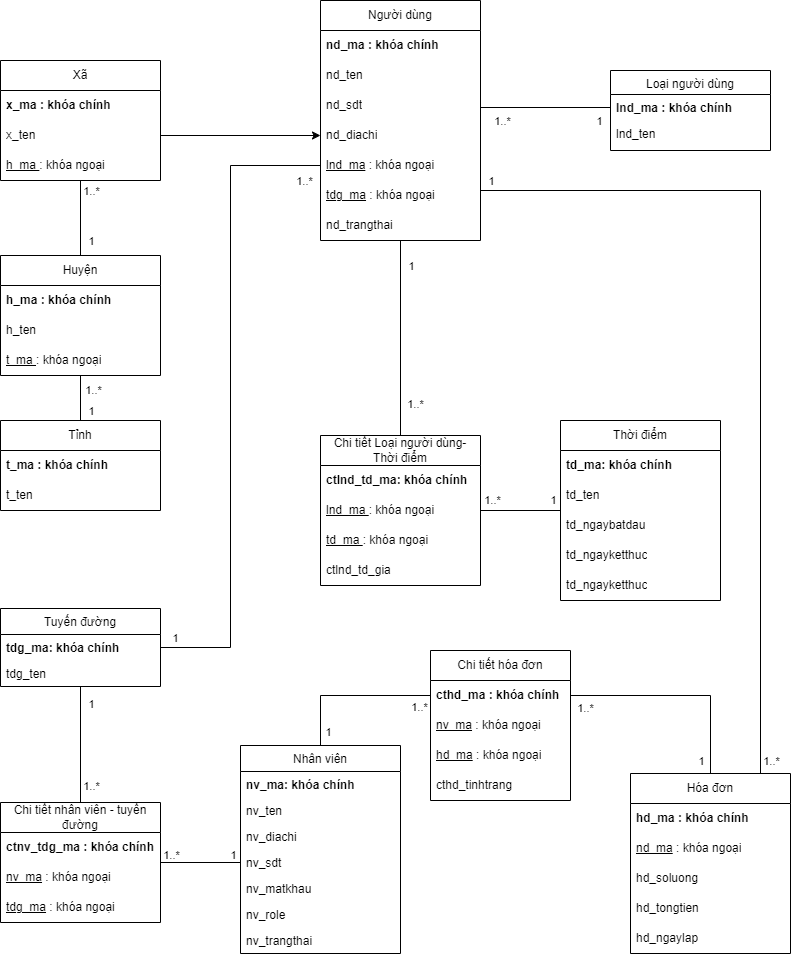
Before: Untitled Diagram.drawio.png, a diagram exported from draw.io (vinhb2012055/HTTT). Source tidied: cells renumbered, new cells last; positions are measured from the earlier drawing's top-left corner, leaving out a move shared by most shapes.
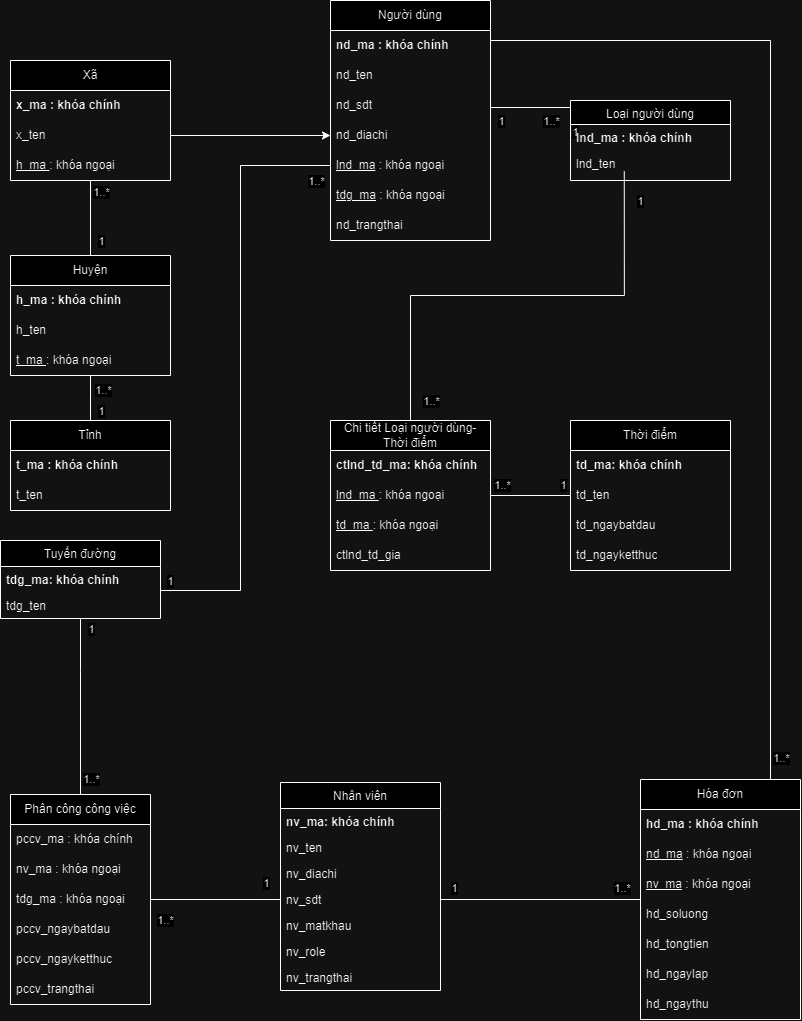
The same diagram one commit later.

Change to the diagram source:
```diff
@@ -16,11 +16,11 @@
     </mxCell>
     <mxCell id="4" value="1..*" style="edgeLabel;html=1;align=center;verticalAlign=middle;" parent="2" vertex="1">
       <mxGeometry x="0.65" y="-1" relative="1" as="geometry">
-        <mxPoint y="14" as="offset" />
+        <mxPoint x="43" y="14" as="offset" />
       </mxGeometry>
     </mxCell>
     <mxCell id="5" value="Loại người dùng" style="swimlane;fontStyle=0;align=center;verticalAlign=top;horizontal=1;startSize=24;rounded=0;shadow=0;strokeWidth=1;" parent="1" vertex="1">
-      <mxGeometry x="610" y="70" width="160" height="80" as="geometry" />
+      <mxGeometry x="560" y="100" width="160" height="80" as="geometry" />
     </mxCell>
     <mxCell id="6" value="lnd_ma : khóa chính" style="text;align=left;verticalAlign=top;spacingLeft=4;spacingRight=4;overflow=hidden;points=[[0,0.5],[1,0.5]];portConstraint=eastwest;fontStyle=1;" parent="5" vertex="1">
       <mxGeometry y="24" width="160" height="26" as="geometry" />
@@ -28,8 +28,26 @@
     <mxCell id="7" value="lnd_ten" style="text;align=left;verticalAlign=top;spacingLeft=4;spacingRight=4;overflow=hidden;points=[[0,0.5],[1,0.5]];portConstraint=eastwest;rounded=0;shadow=0;html=0;" parent="5" vertex="1">
       <mxGeometry y="50" width="160" height="20" as="geometry" />
     </mxCell>
+    <mxCell id="95" style="edgeStyle=orthogonalEdgeStyle;rounded=0;jettySize=auto;html=1;endArrow=none;endFill=0;" parent="1" edge="1" source="8" target="100">
+      <mxGeometry relative="1" as="geometry">
+        <Array as="points">
+          <mxPoint x="70" y="670" />
+          <mxPoint x="70" y="670" />
+        </Array>
+      </mxGeometry>
+    </mxCell>
+    <mxCell id="96" value="1" style="edgeLabel;html=1;align=center;verticalAlign=middle;" parent="95" vertex="1">
+      <mxGeometry x="-0.83" relative="1" as="geometry">
+        <mxPoint x="10" y="-4" as="offset" />
+      </mxGeometry>
+    </mxCell>
+    <mxCell id="97" value="1..*" style="edgeLabel;html=1;align=center;verticalAlign=middle;" parent="95" vertex="1">
+      <mxGeometry x="0.81" y="-2" relative="1" as="geometry">
+        <mxPoint x="12" as="offset" />
+      </mxGeometry>
+    </mxCell>
     <mxCell id="8" value="Tuyến đường" style="swimlane;fontStyle=0;align=center;verticalAlign=top;horizontal=1;startSize=26;rounded=0;shadow=0;strokeWidth=1;" parent="1" vertex="1">
-      <mxGeometry y="608" width="160" height="78" as="geometry" />
+      <mxGeometry x="-10" y="540" width="160" height="78" as="geometry" />
     </mxCell>
     <mxCell id="9" value="tdg_ma: khóa chính" style="text;align=left;verticalAlign=top;spacingLeft=4;spacingRight=4;overflow=hidden;points=[[0,0.5],[1,0.5]];portConstraint=eastwest;fontStyle=1;" parent="8" vertex="1">
       <mxGeometry y="26" width="160" height="26" as="geometry" />
@@ -37,21 +55,8 @@
     <mxCell id="10" value="tdg_ten" style="text;align=left;verticalAlign=top;spacingLeft=4;spacingRight=4;overflow=hidden;" parent="8" vertex="1">
       <mxGeometry y="52" width="160" height="26" as="geometry" />
     </mxCell>
-    <mxCell id="11" style="edgeStyle=orthogonalEdgeStyle;rounded=0;jettySize=auto;html=1;exitX=0.5;exitY=0;exitDx=0;exitDy=0;entryX=0;entryY=0.5;entryDx=0;entryDy=0;endArrow=none;endFill=0;" parent="1" edge="1" source="14" target="88">
-      <mxGeometry relative="1" as="geometry" />
-    </mxCell>
-    <mxCell id="12" value="1" style="edgeLabel;html=1;align=center;verticalAlign=middle;" parent="11" vertex="1">
-      <mxGeometry x="-0.78" y="1" relative="1" as="geometry">
-        <mxPoint x="8" y="4" as="offset" />
-      </mxGeometry>
-    </mxCell>
-    <mxCell id="13" value="1..*" style="edgeLabel;html=1;align=center;verticalAlign=middle;" parent="11" vertex="1">
-      <mxGeometry x="0.68" y="3" relative="1" as="geometry">
-        <mxPoint x="13" y="14" as="offset" />
-      </mxGeometry>
-    </mxCell>
     <mxCell id="14" value="Nhân viên&#10;" style="swimlane;fontStyle=0;align=center;verticalAlign=top;horizontal=1;startSize=26;rounded=0;shadow=0;strokeWidth=1;" parent="1" vertex="1">
-      <mxGeometry x="240" y="745" width="160" height="208" as="geometry" />
+      <mxGeometry x="270" y="782" width="160" height="208" as="geometry" />
     </mxCell>
     <mxCell id="15" value="nv_ma: khóa chính" style="text;align=left;verticalAlign=top;spacingLeft=4;spacingRight=4;overflow=hidden;fontStyle=1;" parent="14" vertex="1">
       <mxGeometry y="26" width="160" height="26" as="geometry" />
@@ -88,7 +93,7 @@
       </mxGeometry>
     </mxCell>
     <mxCell id="25" value="Thời điểm" style="swimlane;fontStyle=0;horizontal=1;startSize=30;whiteSpace=wrap;html=1;" parent="1" vertex="1">
-      <mxGeometry x="560" y="420" width="160" height="180" as="geometry" />
+      <mxGeometry x="560" y="420" width="160" height="150" as="geometry" />
     </mxCell>
     <mxCell id="26" value="td_ma: khóa chính" style="text;strokeColor=none;fillColor=none;align=left;verticalAlign=middle;spacingLeft=4;spacingRight=4;overflow=hidden;whiteSpace=wrap;html=1;fontStyle=1;" parent="25" vertex="1">
       <mxGeometry y="30" width="160" height="30" as="geometry" />
@@ -102,24 +107,8 @@
     <mxCell id="29" value="td_ngayketthuc" style="text;strokeColor=none;fillColor=none;align=left;verticalAlign=middle;spacingLeft=4;spacingRight=4;overflow=hidden;whiteSpace=wrap;html=1;" parent="25" vertex="1">
       <mxGeometry y="120" width="160" height="30" as="geometry" />
     </mxCell>
-    <mxCell id="30" value="td_ngayketthuc" style="text;strokeColor=none;fillColor=none;align=left;verticalAlign=middle;spacingLeft=4;spacingRight=4;overflow=hidden;whiteSpace=wrap;html=1;" parent="25" vertex="1">
-      <mxGeometry y="150" width="160" height="30" as="geometry" />
-    </mxCell>
-    <mxCell id="31" style="edgeStyle=orthogonalEdgeStyle;rounded=0;jettySize=auto;html=1;exitX=0.5;exitY=0;exitDx=0;exitDy=0;endArrow=none;endFill=0;" parent="1" edge="1" source="34" target="56">
-      <mxGeometry relative="1" as="geometry" />
-    </mxCell>
-    <mxCell id="32" value="1" style="edgeLabel;html=1;align=center;verticalAlign=middle;" parent="31" vertex="1">
-      <mxGeometry x="0.73" y="-1" relative="1" as="geometry">
-        <mxPoint x="9" y="-1" as="offset" />
-      </mxGeometry>
-    </mxCell>
-    <mxCell id="33" value="1..*" style="edgeLabel;html=1;align=center;verticalAlign=middle;" parent="31" vertex="1">
-      <mxGeometry x="-0.65" y="-1" relative="1" as="geometry">
-        <mxPoint x="13" y="2" as="offset" />
-      </mxGeometry>
-    </mxCell>
     <mxCell id="34" value="Chi tiết Loại người dùng- Thời điểm" style="swimlane;fontStyle=0;horizontal=1;startSize=30;whiteSpace=wrap;html=1;" parent="1" vertex="1">
-      <mxGeometry x="320" y="435" width="160" height="150" as="geometry" />
+      <mxGeometry x="320" y="420" width="160" height="150" as="geometry" />
     </mxCell>
     <mxCell id="35" value="ctlnd_td_ma: khóa chính" style="text;strokeColor=none;fillColor=none;align=left;verticalAlign=middle;spacingLeft=4;spacingRight=4;overflow=hidden;whiteSpace=wrap;html=1;fontStyle=1;" parent="34" vertex="1">
       <mxGeometry y="30" width="160" height="30" as="geometry" />
@@ -216,59 +205,8 @@
     <mxCell id="63" value="nd_trangthai" style="text;strokeColor=none;fillColor=none;align=left;verticalAlign=middle;spacingLeft=4;spacingRight=4;overflow=hidden;whiteSpace=wrap;html=1;" parent="56" vertex="1">
       <mxGeometry y="210" width="160" height="30" as="geometry" />
     </mxCell>
-    <mxCell id="64" style="edgeStyle=orthogonalEdgeStyle;rounded=0;jettySize=auto;html=1;exitX=0.5;exitY=0;exitDx=0;exitDy=0;endArrow=none;endFill=0;" parent="1" edge="1" source="70" target="8">
-      <mxGeometry relative="1" as="geometry" />
-    </mxCell>
-    <mxCell id="65" value="1" style="edgeLabel;html=1;align=center;verticalAlign=middle;" parent="64" vertex="1">
-      <mxGeometry x="0.71" y="1" relative="1" as="geometry">
-        <mxPoint x="11" as="offset" />
-      </mxGeometry>
-    </mxCell>
-    <mxCell id="66" value="1..*" style="edgeLabel;html=1;align=center;verticalAlign=middle;" parent="64" vertex="1">
-      <mxGeometry x="-0.57" y="-1" relative="1" as="geometry">
-        <mxPoint x="9" y="8" as="offset" />
-      </mxGeometry>
-    </mxCell>
-    <mxCell id="67" style="edgeStyle=orthogonalEdgeStyle;rounded=0;jettySize=auto;html=1;entryX=0;entryY=0.5;entryDx=0;entryDy=0;endArrow=none;endFill=0;" parent="1" edge="1" source="70" target="18">
-      <mxGeometry relative="1" as="geometry" />
-    </mxCell>
-    <mxCell id="68" value="1..*" style="edgeLabel;html=1;align=center;verticalAlign=middle;" parent="67" vertex="1">
-      <mxGeometry x="-0.84" y="1" relative="1" as="geometry">
-        <mxPoint x="4" y="-7" as="offset" />
-      </mxGeometry>
-    </mxCell>
-    <mxCell id="69" value="1" style="edgeLabel;html=1;align=center;verticalAlign=middle;" parent="67" vertex="1">
-      <mxGeometry x="0.87" y="1" relative="1" as="geometry">
-        <mxPoint x="-3" y="-7" as="offset" />
-      </mxGeometry>
-    </mxCell>
-    <mxCell id="70" value="Chi tiết nhân viên - tuyến đường" style="swimlane;fontStyle=0;horizontal=1;startSize=30;whiteSpace=wrap;html=1;" parent="1" vertex="1">
-      <mxGeometry y="802" width="160" height="120" as="geometry" />
-    </mxCell>
-    <mxCell id="71" value="ctnv_tdg_ma : khóa chính" style="text;strokeColor=none;fillColor=none;align=left;verticalAlign=middle;spacingLeft=4;spacingRight=4;overflow=hidden;whiteSpace=wrap;html=1;fontStyle=1;" parent="70" vertex="1">
-      <mxGeometry y="30" width="160" height="30" as="geometry" />
-    </mxCell>
-    <mxCell id="72" value="&lt;u&gt;nv_ma&lt;/u&gt; : khóa ngoại" style="text;strokeColor=none;fillColor=none;align=left;verticalAlign=middle;spacingLeft=4;spacingRight=4;overflow=hidden;whiteSpace=wrap;html=1;" parent="70" vertex="1">
-      <mxGeometry y="60" width="160" height="30" as="geometry" />
-    </mxCell>
-    <mxCell id="73" value="&lt;u&gt;tdg_ma&lt;/u&gt; : khóa ngoại" style="text;strokeColor=none;fillColor=none;align=left;verticalAlign=middle;spacingLeft=4;spacingRight=4;overflow=hidden;whiteSpace=wrap;html=1;" parent="70" vertex="1">
-      <mxGeometry y="90" width="160" height="30" as="geometry" />
-    </mxCell>
-    <mxCell id="74" style="edgeStyle=orthogonalEdgeStyle;rounded=0;jettySize=auto;html=1;exitX=0.5;exitY=0;exitDx=0;exitDy=0;entryX=1;entryY=0.5;entryDx=0;entryDy=0;endArrow=none;endFill=0;" parent="1" edge="1" source="77" target="88">
-      <mxGeometry relative="1" as="geometry" />
-    </mxCell>
-    <mxCell id="75" value="1..*" style="edgeLabel;html=1;align=center;verticalAlign=middle;" parent="74" vertex="1">
-      <mxGeometry x="0.8" y="-1" relative="1" as="geometry">
-        <mxPoint x="-7" y="13" as="offset" />
-      </mxGeometry>
-    </mxCell>
-    <mxCell id="76" value="1" style="edgeLabel;html=1;align=center;verticalAlign=middle;" parent="74" vertex="1">
-      <mxGeometry x="-0.81" relative="1" as="geometry">
-        <mxPoint x="-10" y="7" as="offset" />
-      </mxGeometry>
-    </mxCell>
     <mxCell id="77" value="Hóa đơn" style="swimlane;fontStyle=0;horizontal=1;startSize=30;whiteSpace=wrap;html=1;" parent="1" vertex="1">
-      <mxGeometry x="630" y="773" width="160" height="180" as="geometry" />
+      <mxGeometry x="630" y="779" width="160" height="240" as="geometry" />
     </mxCell>
     <mxCell id="78" value="hd_ma : khóa chính" style="text;strokeColor=none;fillColor=none;align=left;verticalAlign=middle;spacingLeft=4;spacingRight=4;overflow=hidden;whiteSpace=wrap;html=1;fontStyle=1;" parent="77" vertex="1">
       <mxGeometry y="30" width="160" height="30" as="geometry" />
@@ -276,20 +214,27 @@
     <mxCell id="79" value="&lt;u&gt;nd_ma&lt;/u&gt; : khóa ngoại" style="text;strokeColor=none;fillColor=none;align=left;verticalAlign=middle;spacingLeft=4;spacingRight=4;overflow=hidden;whiteSpace=wrap;html=1;" parent="77" vertex="1">
       <mxGeometry y="60" width="160" height="30" as="geometry" />
     </mxCell>
+    <mxCell id="98" value="&lt;u&gt;nv_ma&lt;/u&gt; : khóa ngoại" style="text;strokeColor=none;fillColor=none;align=left;verticalAlign=middle;spacingLeft=4;spacingRight=4;overflow=hidden;whiteSpace=wrap;html=1;" parent="77" vertex="1">
+      <mxGeometry y="90" width="160" height="30" as="geometry" />
+    </mxCell>
     <mxCell id="80" value="hd_soluong" style="text;strokeColor=none;fillColor=none;align=left;verticalAlign=middle;spacingLeft=4;spacingRight=4;overflow=hidden;whiteSpace=wrap;html=1;" parent="77" vertex="1">
-      <mxGeometry y="90" width="160" height="30" as="geometry" />
+      <mxGeometry y="120" width="160" height="30" as="geometry" />
     </mxCell>
     <mxCell id="81" value="hd_tongtien" style="text;strokeColor=none;fillColor=none;align=left;verticalAlign=middle;spacingLeft=4;spacingRight=4;overflow=hidden;whiteSpace=wrap;html=1;" parent="77" vertex="1">
-      <mxGeometry y="120" width="160" height="30" as="geometry" />
+      <mxGeometry y="150" width="160" height="30" as="geometry" />
     </mxCell>
     <mxCell id="82" value="hd_ngaylap" style="text;strokeColor=none;fillColor=none;align=left;verticalAlign=middle;spacingLeft=4;spacingRight=4;overflow=hidden;whiteSpace=wrap;html=1;" parent="77" vertex="1">
-      <mxGeometry y="150" width="160" height="30" as="geometry" />
+      <mxGeometry y="180" width="160" height="30" as="geometry" />
     </mxCell>
+    <mxCell id="99" value="hd_ngaythu" style="text;strokeColor=none;fillColor=none;align=left;verticalAlign=middle;spacingLeft=4;spacingRight=4;overflow=hidden;whiteSpace=wrap;html=1;" parent="77" vertex="1">
+      <mxGeometry y="210" width="160" height="30" as="geometry" />
+    </mxCell>
     <mxCell id="83" style="edgeStyle=orthogonalEdgeStyle;rounded=0;jettySize=auto;html=1;entryX=1;entryY=0.5;entryDx=0;entryDy=0;endArrow=none;endFill=0;" parent="1" edge="1" source="61" target="9">
       <mxGeometry relative="1" as="geometry">
         <Array as="points">
           <mxPoint x="230" y="165" />
-          <mxPoint x="230" y="647" />
+          <mxPoint x="230" y="590" />
+          <mxPoint x="150" y="590" />
         </Array>
       </mxGeometry>
     </mxCell>
@@ -300,38 +245,23 @@
     </mxCell>
     <mxCell id="85" value="1" style="edgeLabel;html=1;align=center;verticalAlign=middle;" parent="83" vertex="1">
       <mxGeometry x="0.9" y="-1" relative="1" as="geometry">
-        <mxPoint x="-18" y="-9" as="offset" />
+        <mxPoint x="-10" y="-9" as="offset" />
       </mxGeometry>
     </mxCell>
     <mxCell id="86" style="edgeStyle=orthogonalEdgeStyle;rounded=0;jettySize=auto;html=1;exitX=1;exitY=0.5;exitDx=0;exitDy=0;" parent="1" edge="1" source="54" target="60">
       <mxGeometry relative="1" as="geometry" />
     </mxCell>
-    <mxCell id="87" value="Chi tiết hóa đơn" style="swimlane;fontStyle=0;horizontal=1;startSize=30;whiteSpace=wrap;html=1;" parent="1" vertex="1">
-      <mxGeometry x="430" y="650" width="140" height="150" as="geometry" />
-    </mxCell>
-    <mxCell id="88" value="cthd_ma : khóa chính" style="text;strokeColor=none;fillColor=none;align=left;verticalAlign=middle;spacingLeft=4;spacingRight=4;overflow=hidden;points=[[0,0.5],[1,0.5]];portConstraint=eastwest;whiteSpace=wrap;html=1;fontStyle=1;" parent="87" vertex="1">
-      <mxGeometry y="30" width="140" height="30" as="geometry" />
-    </mxCell>
-    <mxCell id="89" value="&lt;u&gt;nv_ma&lt;/u&gt; : khóa ngoại" style="text;strokeColor=none;fillColor=none;align=left;verticalAlign=middle;spacingLeft=4;spacingRight=4;overflow=hidden;whiteSpace=wrap;html=1;" parent="87" vertex="1">
-      <mxGeometry y="60" width="140" height="30" as="geometry" />
-    </mxCell>
-    <mxCell id="90" value="&lt;u&gt;hd_ma&lt;/u&gt; : khóa ngoại" style="text;strokeColor=none;fillColor=none;align=left;verticalAlign=middle;spacingLeft=4;spacingRight=4;overflow=hidden;whiteSpace=wrap;html=1;" parent="87" vertex="1">
-      <mxGeometry y="90" width="140" height="30" as="geometry" />
-    </mxCell>
-    <mxCell id="91" value="cthd_tinhtrang" style="text;strokeColor=none;fillColor=none;align=left;verticalAlign=middle;spacingLeft=4;spacingRight=4;overflow=hidden;whiteSpace=wrap;html=1;" parent="87" vertex="1">
-      <mxGeometry y="120" width="140" height="30" as="geometry" />
-    </mxCell>
     <mxCell id="92" style="edgeStyle=orthogonalEdgeStyle;rounded=0;jettySize=auto;html=1;entryX=1;entryY=0.5;entryDx=0;entryDy=0;endArrow=none;endFill=0;" parent="1" edge="1" source="77" target="62">
       <mxGeometry relative="1" as="geometry">
         <Array as="points">
-          <mxPoint x="760" y="190" />
-          <mxPoint x="480" y="190" />
+          <mxPoint x="760" y="40" />
+          <mxPoint x="480" y="40" />
         </Array>
       </mxGeometry>
     </mxCell>
     <mxCell id="93" value="1" style="edgeLabel;html=1;align=center;verticalAlign=middle;" parent="92" vertex="1">
       <mxGeometry x="0.94" y="-5" relative="1" as="geometry">
-        <mxPoint x="-13" y="-5" as="offset" />
+        <mxPoint x="15" y="-38" as="offset" />
       </mxGeometry>
     </mxCell>
     <mxCell id="94" value="1..*" style="edgeLabel;html=1;align=center;verticalAlign=middle;" parent="92" vertex="1">
@@ -339,5 +269,65 @@
         <mxPoint x="11" y="11" as="offset" />
       </mxGeometry>
     </mxCell>
+    <mxCell id="100" value="Phân công công việc" style="swimlane;fontStyle=0;horizontal=1;startSize=30;whiteSpace=wrap;html=1;" parent="1" vertex="1">
+      <mxGeometry y="794" width="140" height="210" as="geometry" />
+    </mxCell>
+    <mxCell id="101" value="pccv_ma : khóa chính" style="text;strokeColor=none;fillColor=none;align=left;verticalAlign=middle;spacingLeft=4;spacingRight=4;overflow=hidden;whiteSpace=wrap;html=1;" parent="100" vertex="1">
+      <mxGeometry y="30" width="140" height="30" as="geometry" />
+    </mxCell>
+    <mxCell id="102" value="nv_ma : khóa ngoại" style="text;strokeColor=none;fillColor=none;align=left;verticalAlign=middle;spacingLeft=4;spacingRight=4;overflow=hidden;whiteSpace=wrap;html=1;" parent="100" vertex="1">
+      <mxGeometry y="60" width="140" height="30" as="geometry" />
+    </mxCell>
+    <mxCell id="73" value="tdg_ma : khóa ngoại" style="text;strokeColor=none;fillColor=none;align=left;verticalAlign=middle;spacingLeft=4;spacingRight=4;overflow=hidden;whiteSpace=wrap;html=1;" parent="100" vertex="1">
+      <mxGeometry y="90" width="140" height="30" as="geometry" />
+    </mxCell>
+    <mxCell id="103" value="pccv_ngaybatdau" style="text;strokeColor=none;fillColor=none;align=left;verticalAlign=middle;spacingLeft=4;spacingRight=4;overflow=hidden;whiteSpace=wrap;html=1;" parent="100" vertex="1">
+      <mxGeometry y="120" width="140" height="30" as="geometry" />
+    </mxCell>
+    <mxCell id="104" value="pccv_ngayketthuc" style="text;strokeColor=none;fillColor=none;align=left;verticalAlign=middle;spacingLeft=4;spacingRight=4;overflow=hidden;whiteSpace=wrap;html=1;" parent="100" vertex="1">
+      <mxGeometry y="150" width="140" height="30" as="geometry" />
+    </mxCell>
+    <mxCell id="105" value="pccv_trangthai" style="text;strokeColor=none;fillColor=none;align=left;verticalAlign=middle;spacingLeft=4;spacingRight=4;overflow=hidden;whiteSpace=wrap;html=1;" parent="100" vertex="1">
+      <mxGeometry y="180" width="140" height="30" as="geometry" />
+    </mxCell>
+    <mxCell id="106" style="edgeStyle=orthogonalEdgeStyle;rounded=0;jettySize=auto;html=1;endArrow=none;endFill=0;" parent="1" edge="1" source="18" target="100">
+      <mxGeometry relative="1" as="geometry" />
+    </mxCell>
+    <mxCell id="107" value="1..*" style="edgeLabel;html=1;align=center;verticalAlign=middle;" parent="106" vertex="1">
+      <mxGeometry x="0.79" y="-2" relative="1" as="geometry">
+        <mxPoint y="22" as="offset" />
+      </mxGeometry>
+    </mxCell>
+    <mxCell id="108" value="1" style="edgeLabel;html=1;align=center;verticalAlign=middle;" parent="106" vertex="1">
+      <mxGeometry x="-0.78" relative="1" as="geometry">
+        <mxPoint y="-17" as="offset" />
+      </mxGeometry>
+    </mxCell>
+    <mxCell id="109" style="edgeStyle=orthogonalEdgeStyle;rounded=0;jettySize=auto;html=1;exitX=0.5;exitY=0;exitDx=0;exitDy=0;entryX=0.336;entryY=1.029;entryDx=0;entryDy=0;entryPerimeter=0;endArrow=none;endFill=0;" parent="1" edge="1" source="34" target="7">
+      <mxGeometry relative="1" as="geometry" />
+    </mxCell>
+    <mxCell id="110" value="1" style="edgeLabel;html=1;align=center;verticalAlign=middle;" parent="109" vertex="1">
+      <mxGeometry x="0.89" y="-3" relative="1" as="geometry">
+        <mxPoint x="13" y="5" as="offset" />
+      </mxGeometry>
+    </mxCell>
+    <mxCell id="111" value="1..*" style="edgeLabel;html=1;align=center;verticalAlign=middle;" parent="109" vertex="1">
+      <mxGeometry x="-0.86" y="-2" relative="1" as="geometry">
+        <mxPoint x="18" y="13" as="offset" />
+      </mxGeometry>
+    </mxCell>
+    <mxCell id="112" style="edgeStyle=orthogonalEdgeStyle;rounded=0;jettySize=auto;html=1;endArrow=none;endFill=0;" parent="1" edge="1" source="18" target="77">
+      <mxGeometry relative="1" as="geometry" />
+    </mxCell>
+    <mxCell id="113" value="1..*" style="edgeLabel;html=1;align=center;verticalAlign=middle;" parent="112" vertex="1">
+      <mxGeometry x="0.81" y="3" relative="1" as="geometry">
+        <mxPoint y="-9" as="offset" />
+      </mxGeometry>
+    </mxCell>
+    <mxCell id="114" value="1" style="edgeLabel;html=1;align=center;verticalAlign=middle;" parent="112" vertex="1">
+      <mxGeometry x="-0.87" relative="1" as="geometry">
+        <mxPoint y="-12" as="offset" />
+      </mxGeometry>
+    </mxCell>
   </root>
 </mxGraphModel>
```
